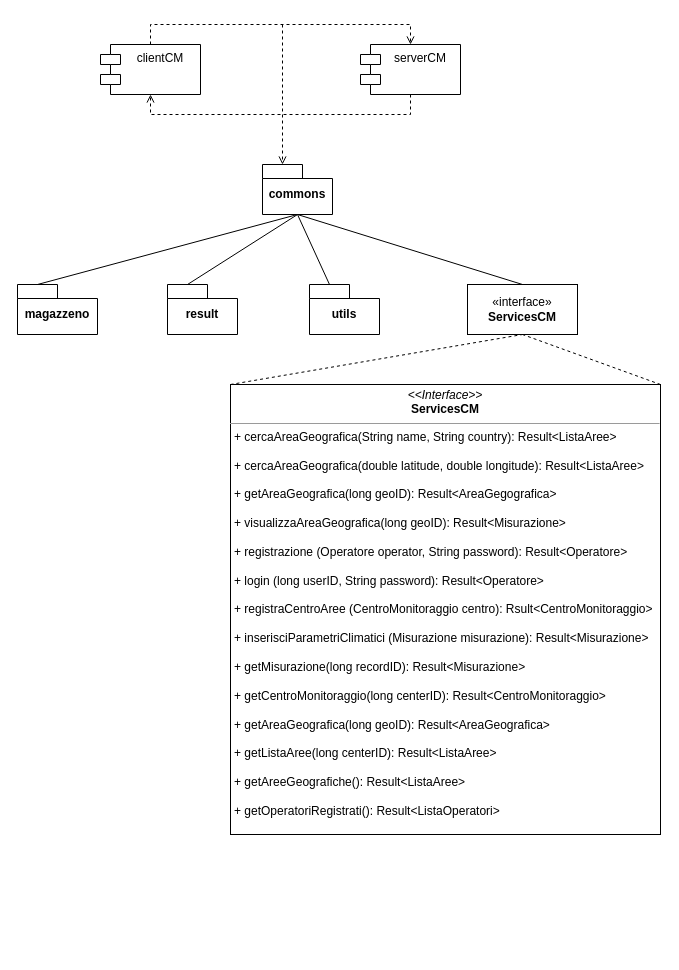
Earlier version of the draw.io diagram fig/drawio/CM.drawio (Qu4draetto-A3B/UniLab-docs). Source tidied: cells renumbered, new cells numbered last; positions are measured from the earlier drawing's top-left corner, leaving out a move shared by most shapes. Both pictures are drawn from the tidied source at 100%, with x=0, y=0 at pixel (17, 24).
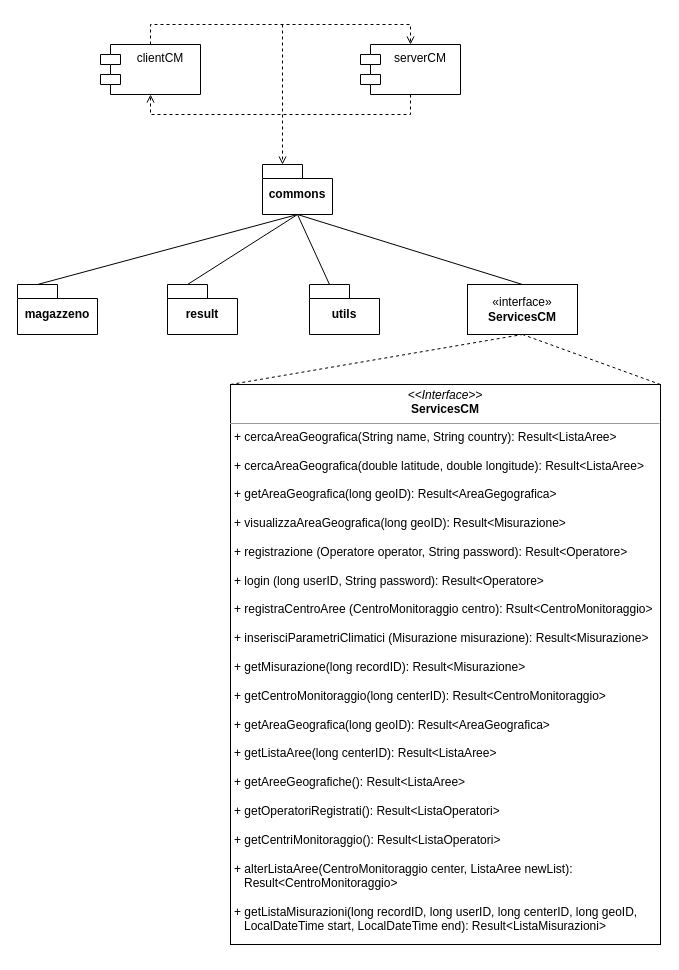
The same diagram, later.

The edit, as a diff of the source:
```diff
@@
-    <mxCell id="4" value="&lt;p style=&quot;margin:0px;margin-top:4px;text-align:center;&quot;&gt;&lt;i&gt;&amp;lt;&amp;lt;Interface&amp;gt;&amp;gt;&lt;/i&gt;&lt;br&gt;&lt;b&gt;ServicesCM&lt;/b&gt;&lt;/p&gt;&lt;hr size=&quot;1&quot;&gt;&lt;p style=&quot;margin:0px;margin-left:4px;&quot;&gt;+ cercaAreaGeografica(String name, String country): Result&amp;lt;ListaAree&amp;gt;&lt;/p&gt;&lt;p style=&quot;margin:0px;margin-left:4px;&quot;&gt;&lt;br&gt;&lt;/p&gt;&lt;p style=&quot;margin:0px;margin-left:4px;&quot;&gt;+ cercaAreaGeografica(double latitude, double longitude): Result&amp;lt;ListaAree&amp;gt;&lt;/p&gt;&lt;p style=&quot;border-color: var(--border-color); margin: 0px 0px 0px 4px;&quot;&gt;&lt;br&gt;&lt;/p&gt;&lt;p style=&quot;margin:0px;margin-left:4px;&quot;&gt;+ getAreaGeografica(long geoID): Result&amp;lt;AreaGegografica&amp;gt;&lt;/p&gt;&lt;p style=&quot;margin:0px;margin-left:4px;&quot;&gt;&lt;br&gt;&lt;/p&gt;&lt;p style=&quot;margin:0px;margin-left:4px;&quot;&gt;+ visualizzaAreaGeografica(long geoID):&amp;nbsp;Result&amp;lt;Misurazione&amp;gt;&lt;span style=&quot;background-color: initial;&quot;&gt;&lt;/span&gt;&lt;/p&gt;&lt;p style=&quot;margin:0px;margin-left:4px;&quot;&gt;&lt;br&gt;&lt;/p&gt;&lt;p style=&quot;margin:0px;margin-left:4px;&quot;&gt;&lt;span style=&quot;background-color: initial;&quot;&gt;+ registrazione (Operatore operator, String password): Result&amp;lt;Operatore&amp;gt;&lt;/span&gt;&lt;br&gt;&lt;/p&gt;&lt;p style=&quot;margin:0px;margin-left:4px;&quot;&gt;&lt;br&gt;&lt;/p&gt;&lt;p style=&quot;margin:0px;margin-left:4px;&quot;&gt;+ login (long userID, String password): Result&amp;lt;Operatore&amp;gt;&lt;br&gt;&lt;/p&gt;&lt;p style=&quot;margin:0px;margin-left:4px;&quot;&gt;&lt;br&gt;&lt;/p&gt;&lt;p style=&quot;margin:0px;margin-left:4px;&quot;&gt;+ registraCentroAree (CentroMonitoraggio centro&lt;span style=&quot;background-color: initial;&quot;&gt;): Rsult&amp;lt;CentroMonitoraggio&amp;gt;&lt;/span&gt;&lt;/p&gt;&lt;p style=&quot;margin:0px;margin-left:4px;&quot;&gt;&lt;br&gt;&lt;/p&gt;&lt;p style=&quot;border-color: var(--border-color); margin: 0px 0px 0px 4px;&quot;&gt;+ inserisciParametriClimatici (Misurazione misurazione): Result&amp;lt;Misurazione&amp;gt;&lt;/p&gt;&lt;p style=&quot;border-color: var(--border-color); margin: 0px 0px 0px 4px;&quot;&gt;&lt;br&gt;&lt;/p&gt;&lt;p style=&quot;border-color: var(--border-color); margin: 0px 0px 0px 4px;&quot;&gt;+ getMisurazione(long recordID): Result&amp;lt;Misurazione&amp;gt;&lt;/p&gt;&lt;p style=&quot;border-color: var(--border-color); margin: 0px 0px 0px 4px;&quot;&gt;&lt;br style=&quot;border-color: var(--border-color);&quot;&gt;&lt;/p&gt;&lt;p style=&quot;border-color: var(--border-color); margin: 0px 0px 0px 4px;&quot;&gt;+ getCentroMonitoraggio(long centerID): Result&amp;lt;CentroMonitoraggio&amp;gt;&lt;/p&gt;&lt;p style=&quot;border-color: var(--border-color); margin: 0px 0px 0px 4px;&quot;&gt;&lt;br style=&quot;border-color: var(--border-color);&quot;&gt;&lt;/p&gt;&lt;p style=&quot;border-color: var(--border-color); margin: 0px 0px 0px 4px;&quot;&gt;+ getAreaGeografica(long geoID): Result&amp;lt;AreaGeografica&amp;gt;&lt;/p&gt;&lt;p style=&quot;border-color: var(--border-color); margin: 0px 0px 0px 4px;&quot;&gt;&lt;br&gt;&lt;/p&gt;&lt;p style=&quot;border-color: var(--border-color); margin: 0px 0px 0px 4px;&quot;&gt;+ getListaAree(long centerID): Result&amp;lt;ListaAree&amp;gt;&lt;/p&gt;&lt;p style=&quot;border-color: var(--border-color); margin: 0px 0px 0px 4px;&quot;&gt;&lt;br style=&quot;border-color: var(--border-color);&quot;&gt;&lt;/p&gt;&lt;p style=&quot;border-color: var(--border-color); margin: 0px 0px 0px 4px;&quot;&gt;+&amp;nbsp;getAreeGeografiche(): Result&amp;lt;ListaAree&amp;gt;&lt;/p&gt;&lt;p style=&quot;border-color: var(--border-color); margin: 0px 0px 0px 4px;&quot;&gt;&lt;br style=&quot;border-color: var(--border-color);&quot;&gt;&lt;/p&gt;&lt;p style=&quot;border-color: var(--border-color); margin: 0px 0px 0px 4px;&quot;&gt;+&amp;nbsp;getOperatoriRegistrati(): Result&amp;lt;ListaOperatori&amp;gt;&lt;/p&gt;&lt;p style=&quot;border-color: var(--border-color); margin: 0px 0px 0px 4px;&quot;&gt;&lt;br style=&quot;border-color: var(--border-color);&quot;&gt;&lt;/p&gt;" style="verticalAlign=top;align=left;overflow=fill;fontSize=12;fontFamily=Helvetica;html=1;whiteSpace=wrap;" parent="1" vertex="1">
-      <mxGeometry x="213" y="360" width="430" height="450" as="geometry" />
+    <mxCell id="4" value="&lt;p style=&quot;margin:0px;margin-top:4px;text-align:center;&quot;&gt;&lt;i&gt;&amp;lt;&amp;lt;Interface&amp;gt;&amp;gt;&lt;/i&gt;&lt;br&gt;&lt;b&gt;ServicesCM&lt;/b&gt;&lt;/p&gt;&lt;hr size=&quot;1&quot;&gt;&lt;p style=&quot;margin:0px;margin-left:4px;&quot;&gt;+ cercaAreaGeografica(String name, String country): Result&amp;lt;ListaAree&amp;gt;&lt;/p&gt;&lt;p style=&quot;margin:0px;margin-left:4px;&quot;&gt;&lt;br&gt;&lt;/p&gt;&lt;p style=&quot;margin:0px;margin-left:4px;&quot;&gt;+ cercaAreaGeografica(double latitude, double longitude): Result&amp;lt;ListaAree&amp;gt;&lt;/p&gt;&lt;p style=&quot;border-color: var(--border-color); margin: 0px 0px 0px 4px;&quot;&gt;&lt;br&gt;&lt;/p&gt;&lt;p style=&quot;margin:0px;margin-left:4px;&quot;&gt;+ getAreaGeografica(long geoID): Result&amp;lt;AreaGegografica&amp;gt;&lt;/p&gt;&lt;p style=&quot;margin:0px;margin-left:4px;&quot;&gt;&lt;br&gt;&lt;/p&gt;&lt;p style=&quot;margin:0px;margin-left:4px;&quot;&gt;+ visualizzaAreaGeografica(long geoID):&amp;nbsp;Result&amp;lt;Misurazione&amp;gt;&lt;span style=&quot;background-color: initial;&quot;&gt;&lt;/span&gt;&lt;/p&gt;&lt;p style=&quot;margin:0px;margin-left:4px;&quot;&gt;&lt;br&gt;&lt;/p&gt;&lt;p style=&quot;margin:0px;margin-left:4px;&quot;&gt;&lt;span style=&quot;background-color: initial;&quot;&gt;+ registrazione (Operatore operator, String password): Result&amp;lt;Operatore&amp;gt;&lt;/span&gt;&lt;br&gt;&lt;/p&gt;&lt;p style=&quot;margin:0px;margin-left:4px;&quot;&gt;&lt;br&gt;&lt;/p&gt;&lt;p style=&quot;margin:0px;margin-left:4px;&quot;&gt;+ login (long userID, String password): Result&amp;lt;Operatore&amp;gt;&lt;br&gt;&lt;/p&gt;&lt;p style=&quot;margin:0px;margin-left:4px;&quot;&gt;&lt;br&gt;&lt;/p&gt;&lt;p style=&quot;margin:0px;margin-left:4px;&quot;&gt;+ registraCentroAree (CentroMonitoraggio centro&lt;span style=&quot;background-color: initial;&quot;&gt;): Rsult&amp;lt;CentroMonitoraggio&amp;gt;&lt;/span&gt;&lt;/p&gt;&lt;p style=&quot;margin:0px;margin-left:4px;&quot;&gt;&lt;br&gt;&lt;/p&gt;&lt;p style=&quot;border-color: var(--border-color); margin: 0px 0px 0px 4px;&quot;&gt;+ inserisciParametriClimatici (Misurazione misurazione): Result&amp;lt;Misurazione&amp;gt;&lt;/p&gt;&lt;p style=&quot;border-color: var(--border-color); margin: 0px 0px 0px 4px;&quot;&gt;&lt;br&gt;&lt;/p&gt;&lt;p style=&quot;border-color: var(--border-color); margin: 0px 0px 0px 4px;&quot;&gt;+ getMisurazione(long recordID): Result&amp;lt;Misurazione&amp;gt;&lt;/p&gt;&lt;p style=&quot;border-color: var(--border-color); margin: 0px 0px 0px 4px;&quot;&gt;&lt;br style=&quot;border-color: var(--border-color);&quot;&gt;&lt;/p&gt;&lt;p style=&quot;border-color: var(--border-color); margin: 0px 0px 0px 4px;&quot;&gt;+ getCentroMonitoraggio(long centerID): Result&amp;lt;CentroMonitoraggio&amp;gt;&lt;/p&gt;&lt;p style=&quot;border-color: var(--border-color); margin: 0px 0px 0px 4px;&quot;&gt;&lt;br style=&quot;border-color: var(--border-color);&quot;&gt;&lt;/p&gt;&lt;p style=&quot;border-color: var(--border-color); margin: 0px 0px 0px 4px;&quot;&gt;+ getAreaGeografica(long geoID): Result&amp;lt;AreaGeografica&amp;gt;&lt;/p&gt;&lt;p style=&quot;border-color: var(--border-color); margin: 0px 0px 0px 4px;&quot;&gt;&lt;br&gt;&lt;/p&gt;&lt;p style=&quot;border-color: var(--border-color); margin: 0px 0px 0px 4px;&quot;&gt;+ getListaAree(long centerID): Result&amp;lt;ListaAree&amp;gt;&lt;/p&gt;&lt;p style=&quot;border-color: var(--border-color); margin: 0px 0px 0px 4px;&quot;&gt;&lt;br style=&quot;border-color: var(--border-color);&quot;&gt;&lt;/p&gt;&lt;p style=&quot;border-color: var(--border-color); margin: 0px 0px 0px 4px;&quot;&gt;+&amp;nbsp;getAreeGeografiche(): Result&amp;lt;ListaAree&amp;gt;&lt;/p&gt;&lt;p style=&quot;border-color: var(--border-color); margin: 0px 0px 0px 4px;&quot;&gt;&lt;br style=&quot;border-color: var(--border-color);&quot;&gt;&lt;/p&gt;&lt;p style=&quot;border-color: var(--border-color); margin: 0px 0px 0px 4px;&quot;&gt;+&amp;nbsp;getOperatoriRegistrati(): Result&amp;lt;ListaOperatori&amp;gt;&lt;/p&gt;&lt;p style=&quot;border-color: var(--border-color); margin: 0px 0px 0px 4px;&quot;&gt;&lt;br style=&quot;border-color: var(--border-color);&quot;&gt;&lt;/p&gt;&lt;p style=&quot;border-color: var(--border-color); margin: 0px 0px 0px 4px;&quot;&gt;+&amp;nbsp;getCentriMonitoraggio(): Result&amp;lt;ListaOperatori&amp;gt;&lt;/p&gt;&lt;p style=&quot;border-color: var(--border-color); margin: 0px 0px 0px 4px;&quot;&gt;&lt;br style=&quot;border-color: var(--border-color);&quot;&gt;&lt;/p&gt;&lt;p style=&quot;border-color: var(--border-color); margin: 0px 0px 0px 4px;&quot;&gt;+ alterListaAree(CentroMonitoraggio center, ListaAree newList):&lt;/p&gt;&lt;p style=&quot;border-color: var(--border-color); margin: 0px 0px 0px 4px;&quot;&gt;&amp;nbsp; &amp;nbsp;Result&amp;lt;CentroMonitoraggio&amp;gt;&lt;/p&gt;&lt;p style=&quot;border-color: var(--border-color); margin: 0px 0px 0px 4px;&quot;&gt;&lt;br&gt;&lt;/p&gt;&lt;p style=&quot;border-color: var(--border-color); margin: 0px 0px 0px 4px;&quot;&gt;+&amp;nbsp;getListaMisurazioni(long recordID, long userID, long centerID, long geoID,&lt;/p&gt;&lt;p style=&quot;border-color: var(--border-color); margin: 0px 0px 0px 4px;&quot;&gt;&amp;nbsp; &amp;nbsp;LocalDateTime start, LocalDateTime end): Result&amp;lt;ListaMisurazioni&amp;gt;&lt;/p&gt;" style="verticalAlign=top;align=left;overflow=fill;fontSize=12;fontFamily=Helvetica;html=1;whiteSpace=wrap;" parent="1" vertex="1">
+      <mxGeometry x="213" y="360" width="430" height="560" as="geometry" />
     </mxCell>
```
